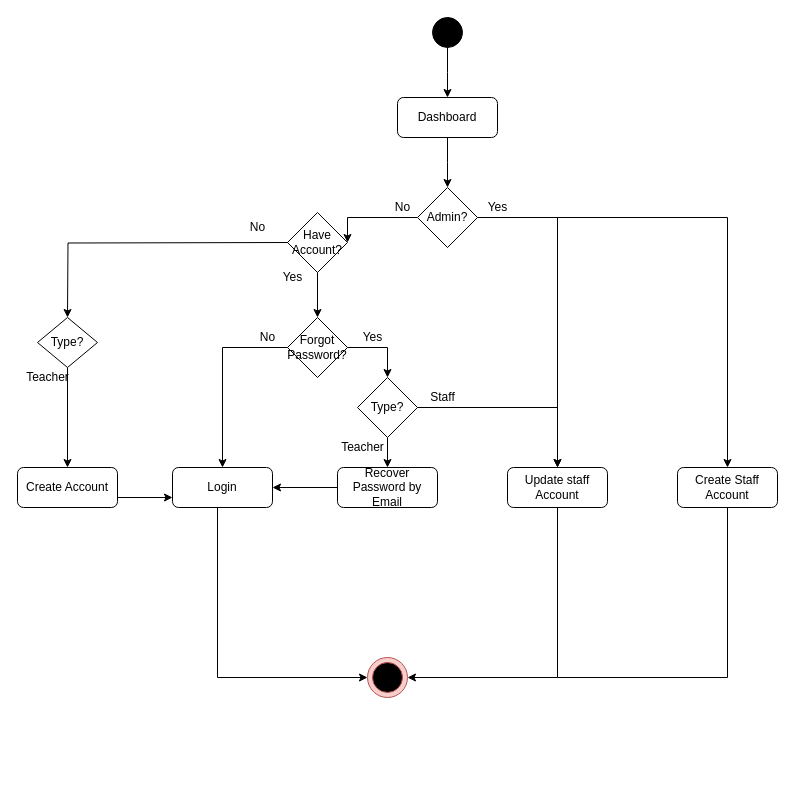
The draw.io diagram page "Act-2" (2 of 9) of Untitled Diagram.drawio in Tahsinoshin/test, before the edit. Source tidied: cells renumbered, new cells numbered last; positions are measured from the earlier drawing's top-left corner, leaving out a move shared by most shapes. Both pictures are drawn from the tidied source at 100%, with x=0, y=0 at pixel (17, 17).
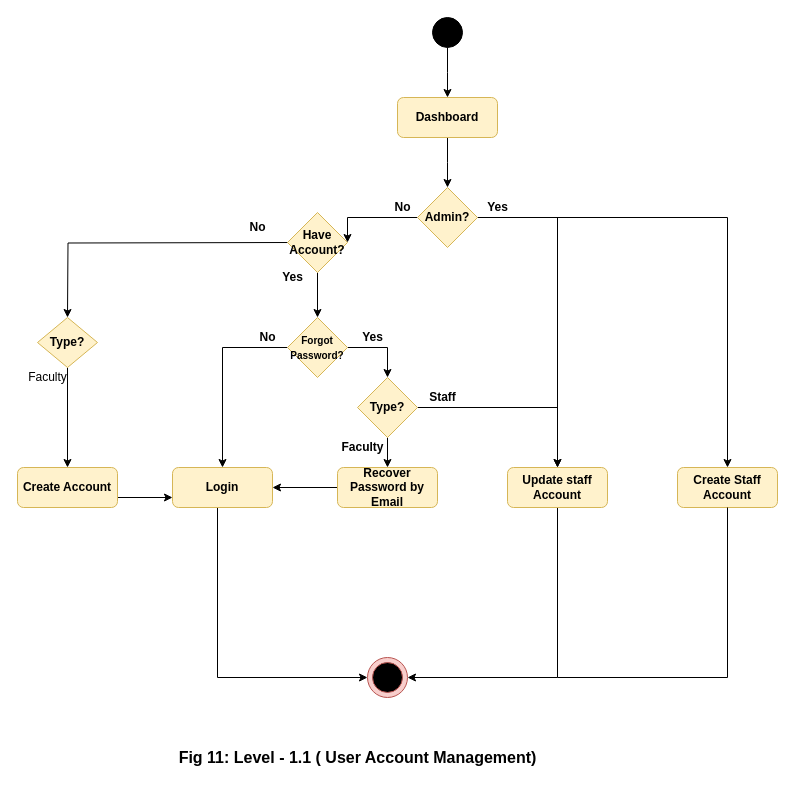
The same diagram, later.

The edit, as a diff of the source:
```diff
@@
-    <mxCell id="5" value="Dashboard " style="rounded=1;whiteSpace=wrap;html=1;" parent="1" vertex="1">
+    <mxCell id="5" value="&lt;b&gt;Dashboard &lt;/b&gt;" style="rounded=1;whiteSpace=wrap;html=1;fillColor=#fff2cc;strokeColor=#d6b656;" parent="1" vertex="1">
       <mxGeometry x="380" y="80" width="100" height="40" as="geometry" />
     </mxCell>
@@
-    <mxCell id="9" value="Admin?" style="rhombus;whiteSpace=wrap;html=1;fillColor=#FFFFFF;" parent="1" vertex="1">
+    <mxCell id="9" value="&lt;b&gt;Admin?&lt;/b&gt;" style="rhombus;whiteSpace=wrap;html=1;fillColor=#fff2cc;strokeColor=#d6b656;" parent="1" vertex="1">
       <mxGeometry x="400" y="170" width="60" height="60" as="geometry" />
     </mxCell>
@@
-    <mxCell id="11" value="Create Account" style="rounded=1;whiteSpace=wrap;html=1;" parent="1" vertex="1">
+    <mxCell id="11" value="&lt;b&gt;Create Account&lt;/b&gt;" style="rounded=1;whiteSpace=wrap;html=1;fillColor=#fff2cc;strokeColor=#d6b656;" parent="1" vertex="1">
       <mxGeometry y="450" width="100" height="40" as="geometry" />
     </mxCell>
-    <mxCell id="12" value="Create Staff Account" style="rounded=1;whiteSpace=wrap;html=1;" parent="1" vertex="1">
+    <mxCell id="12" value="&lt;b&gt;Create Staff Account&lt;/b&gt;" style="rounded=1;whiteSpace=wrap;html=1;fillColor=#fff2cc;strokeColor=#d6b656;" parent="1" vertex="1">
       <mxGeometry x="660" y="450" width="100" height="40" as="geometry" />
     </mxCell>
@@
-    <mxCell id="14" value="Yes" style="text;html=1;align=center;verticalAlign=middle;strokeColor=none;fillColor=none;" parent="1" vertex="1">
+    <mxCell id="14" value="&lt;b&gt;Yes&lt;/b&gt;" style="text;html=1;align=center;verticalAlign=middle;strokeColor=none;fillColor=none;" parent="1" vertex="1">
       <mxGeometry x="255" y="250" width="40" height="20" as="geometry" />
     </mxCell>
@@
-    <mxCell id="16" value="Login" style="rounded=1;whiteSpace=wrap;html=1;" parent="1" vertex="1">
+    <mxCell id="16" value="&lt;b&gt;Login&lt;/b&gt;" style="rounded=1;whiteSpace=wrap;html=1;fillColor=#fff2cc;strokeColor=#d6b656;" parent="1" vertex="1">
       <mxGeometry x="155" y="450" width="100" height="40" as="geometry" />
     </mxCell>
-    <mxCell id="17" value="No" style="text;html=1;align=center;verticalAlign=middle;strokeColor=none;fillColor=none;" parent="1" vertex="1">
+    <mxCell id="17" value="&lt;b&gt;No&lt;/b&gt;" style="text;html=1;align=center;verticalAlign=middle;strokeColor=none;fillColor=none;" parent="1" vertex="1">
       <mxGeometry x="225" y="200" width="30" height="20" as="geometry" />
     </mxCell>
@@
-    <mxCell id="19" value="Type?" style="rhombus;whiteSpace=wrap;html=1;fillColor=#FFFFFF;" parent="1" vertex="1">
+    <mxCell id="19" value="&lt;b&gt;Type?&lt;/b&gt;" style="rhombus;whiteSpace=wrap;html=1;fillColor=#fff2cc;strokeColor=#d6b656;" parent="1" vertex="1">
       <mxGeometry x="20" y="300" width="60" height="50" as="geometry" />
     </mxCell>
-    <mxCell id="20" value="Teacher" style="text;html=1;align=center;verticalAlign=middle;strokeColor=none;fillColor=none;" parent="1" vertex="1">
-      <mxGeometry y="350" width="60" height="20" as="geometry" />
+    <mxCell id="20" value="Faculty" style="text;html=1;align=center;verticalAlign=middle;strokeColor=none;fillColor=none;" parent="1" vertex="1">
+      <mxGeometry x="5" y="350" width="50" height="20" as="geometry" />
     </mxCell>
@@
-    <mxCell id="22" value="Have Account?" style="rhombus;whiteSpace=wrap;html=1;fillColor=#FFFFFF;" parent="1" vertex="1">
+    <mxCell id="22" value="&lt;b&gt;Have Account?&lt;/b&gt;" style="rhombus;whiteSpace=wrap;html=1;fillColor=#fff2cc;strokeColor=#d6b656;" parent="1" vertex="1">
       <mxGeometry x="270" y="195" width="60" height="60" as="geometry" />
     </mxCell>
@@
-    <mxCell id="25" value="Forgot Password?" style="rhombus;whiteSpace=wrap;html=1;fillColor=#FFFFFF;" parent="1" vertex="1">
+    <mxCell id="25" value="&lt;b&gt;&lt;font style=&quot;font-size: 10px&quot;&gt;Forgot Password?&lt;/font&gt;&lt;/b&gt;" style="rhombus;whiteSpace=wrap;html=1;fillColor=#fff2cc;strokeColor=#d6b656;" parent="1" vertex="1">
       <mxGeometry x="270" y="300" width="60" height="60" as="geometry" />
     </mxCell>
-    <mxCell id="26" value="No" style="text;html=1;align=center;verticalAlign=middle;strokeColor=none;fillColor=none;" parent="1" vertex="1">
+    <mxCell id="26" value="&lt;b&gt;No&lt;/b&gt;" style="text;html=1;align=center;verticalAlign=middle;strokeColor=none;fillColor=none;" parent="1" vertex="1">
       <mxGeometry x="235" y="310" width="30" height="20" as="geometry" />
     </mxCell>
-    <mxCell id="27" value="Yes" style="text;html=1;align=center;verticalAlign=middle;strokeColor=none;fillColor=none;" parent="1" vertex="1">
+    <mxCell id="27" value="&lt;b&gt;Yes&lt;/b&gt;" style="text;html=1;align=center;verticalAlign=middle;strokeColor=none;fillColor=none;" parent="1" vertex="1">
       <mxGeometry x="335" y="310" width="40" height="20" as="geometry" />
     </mxCell>
@@
-    <mxCell id="30" value="Type?" style="rhombus;whiteSpace=wrap;html=1;fillColor=#FFFFFF;" parent="1" vertex="1">
+    <mxCell id="30" value="&lt;b&gt;Type?&lt;/b&gt;" style="rhombus;whiteSpace=wrap;html=1;fillColor=#fff2cc;strokeColor=#d6b656;" parent="1" vertex="1">
       <mxGeometry x="340" y="360" width="60" height="60" as="geometry" />
     </mxCell>
@@
-    <mxCell id="32" value="Recover Password by Email" style="rounded=1;whiteSpace=wrap;html=1;" parent="1" vertex="1">
+    <mxCell id="32" value="&lt;b&gt;Recover Password by Email&lt;/b&gt;" style="rounded=1;whiteSpace=wrap;html=1;fillColor=#fff2cc;strokeColor=#d6b656;" parent="1" vertex="1">
       <mxGeometry x="320" y="450" width="100" height="40" as="geometry" />
     </mxCell>
-    <mxCell id="33" value="Teacher" style="text;html=1;align=center;verticalAlign=middle;strokeColor=none;fillColor=none;" parent="1" vertex="1">
+    <mxCell id="33" value="&lt;b&gt;Faculty&lt;/b&gt;" style="text;html=1;align=center;verticalAlign=middle;strokeColor=none;fillColor=none;" parent="1" vertex="1">
       <mxGeometry x="315" y="420" width="60" height="20" as="geometry" />
     </mxCell>
-    <mxCell id="34" value="Yes" style="text;html=1;align=center;verticalAlign=middle;strokeColor=none;fillColor=none;" parent="1" vertex="1">
+    <mxCell id="34" value="&lt;b&gt;Yes&lt;/b&gt;" style="text;html=1;align=center;verticalAlign=middle;strokeColor=none;fillColor=none;" parent="1" vertex="1">
       <mxGeometry x="460" y="180" width="40" height="20" as="geometry" />
     </mxCell>
-    <mxCell id="35" value="No" style="text;html=1;align=center;verticalAlign=middle;strokeColor=none;fillColor=none;" parent="1" vertex="1">
+    <mxCell id="35" value="&lt;b&gt;No&lt;/b&gt;" style="text;html=1;align=center;verticalAlign=middle;strokeColor=none;fillColor=none;" parent="1" vertex="1">
       <mxGeometry x="370" y="180" width="30" height="20" as="geometry" />
     </mxCell>
@@
-    <mxCell id="37" value="Update staff Account" style="rounded=1;whiteSpace=wrap;html=1;" parent="1" vertex="1">
+    <mxCell id="37" value="&lt;b&gt;Update staff Account&lt;/b&gt;" style="rounded=1;whiteSpace=wrap;html=1;fillColor=#fff2cc;strokeColor=#d6b656;" parent="1" vertex="1">
       <mxGeometry x="490" y="450" width="100" height="40" as="geometry" />
     </mxCell>
-    <mxCell id="38" value="Staff" style="text;html=1;align=center;verticalAlign=middle;strokeColor=none;fillColor=none;" parent="1" vertex="1">
+    <mxCell id="38" value="&lt;b&gt;Staff&lt;/b&gt;" style="text;html=1;align=center;verticalAlign=middle;strokeColor=none;fillColor=none;" parent="1" vertex="1">
       <mxGeometry x="405" y="370" width="40" height="20" as="geometry" />
     </mxCell>
@@
+    <mxCell id="42" value="&lt;b&gt;&lt;font style=&quot;font-size: 16px&quot;&gt;Fig 11: Level - 1.1 ( User Account Management)&lt;/font&gt;&lt;/b&gt;" style="text;html=1;align=center;verticalAlign=middle;strokeColor=none;fillColor=none;fontSize=10;" parent="1" vertex="1">
+      <mxGeometry x="155" y="730" width="370" height="20" as="geometry" />
+    </mxCell>
```
